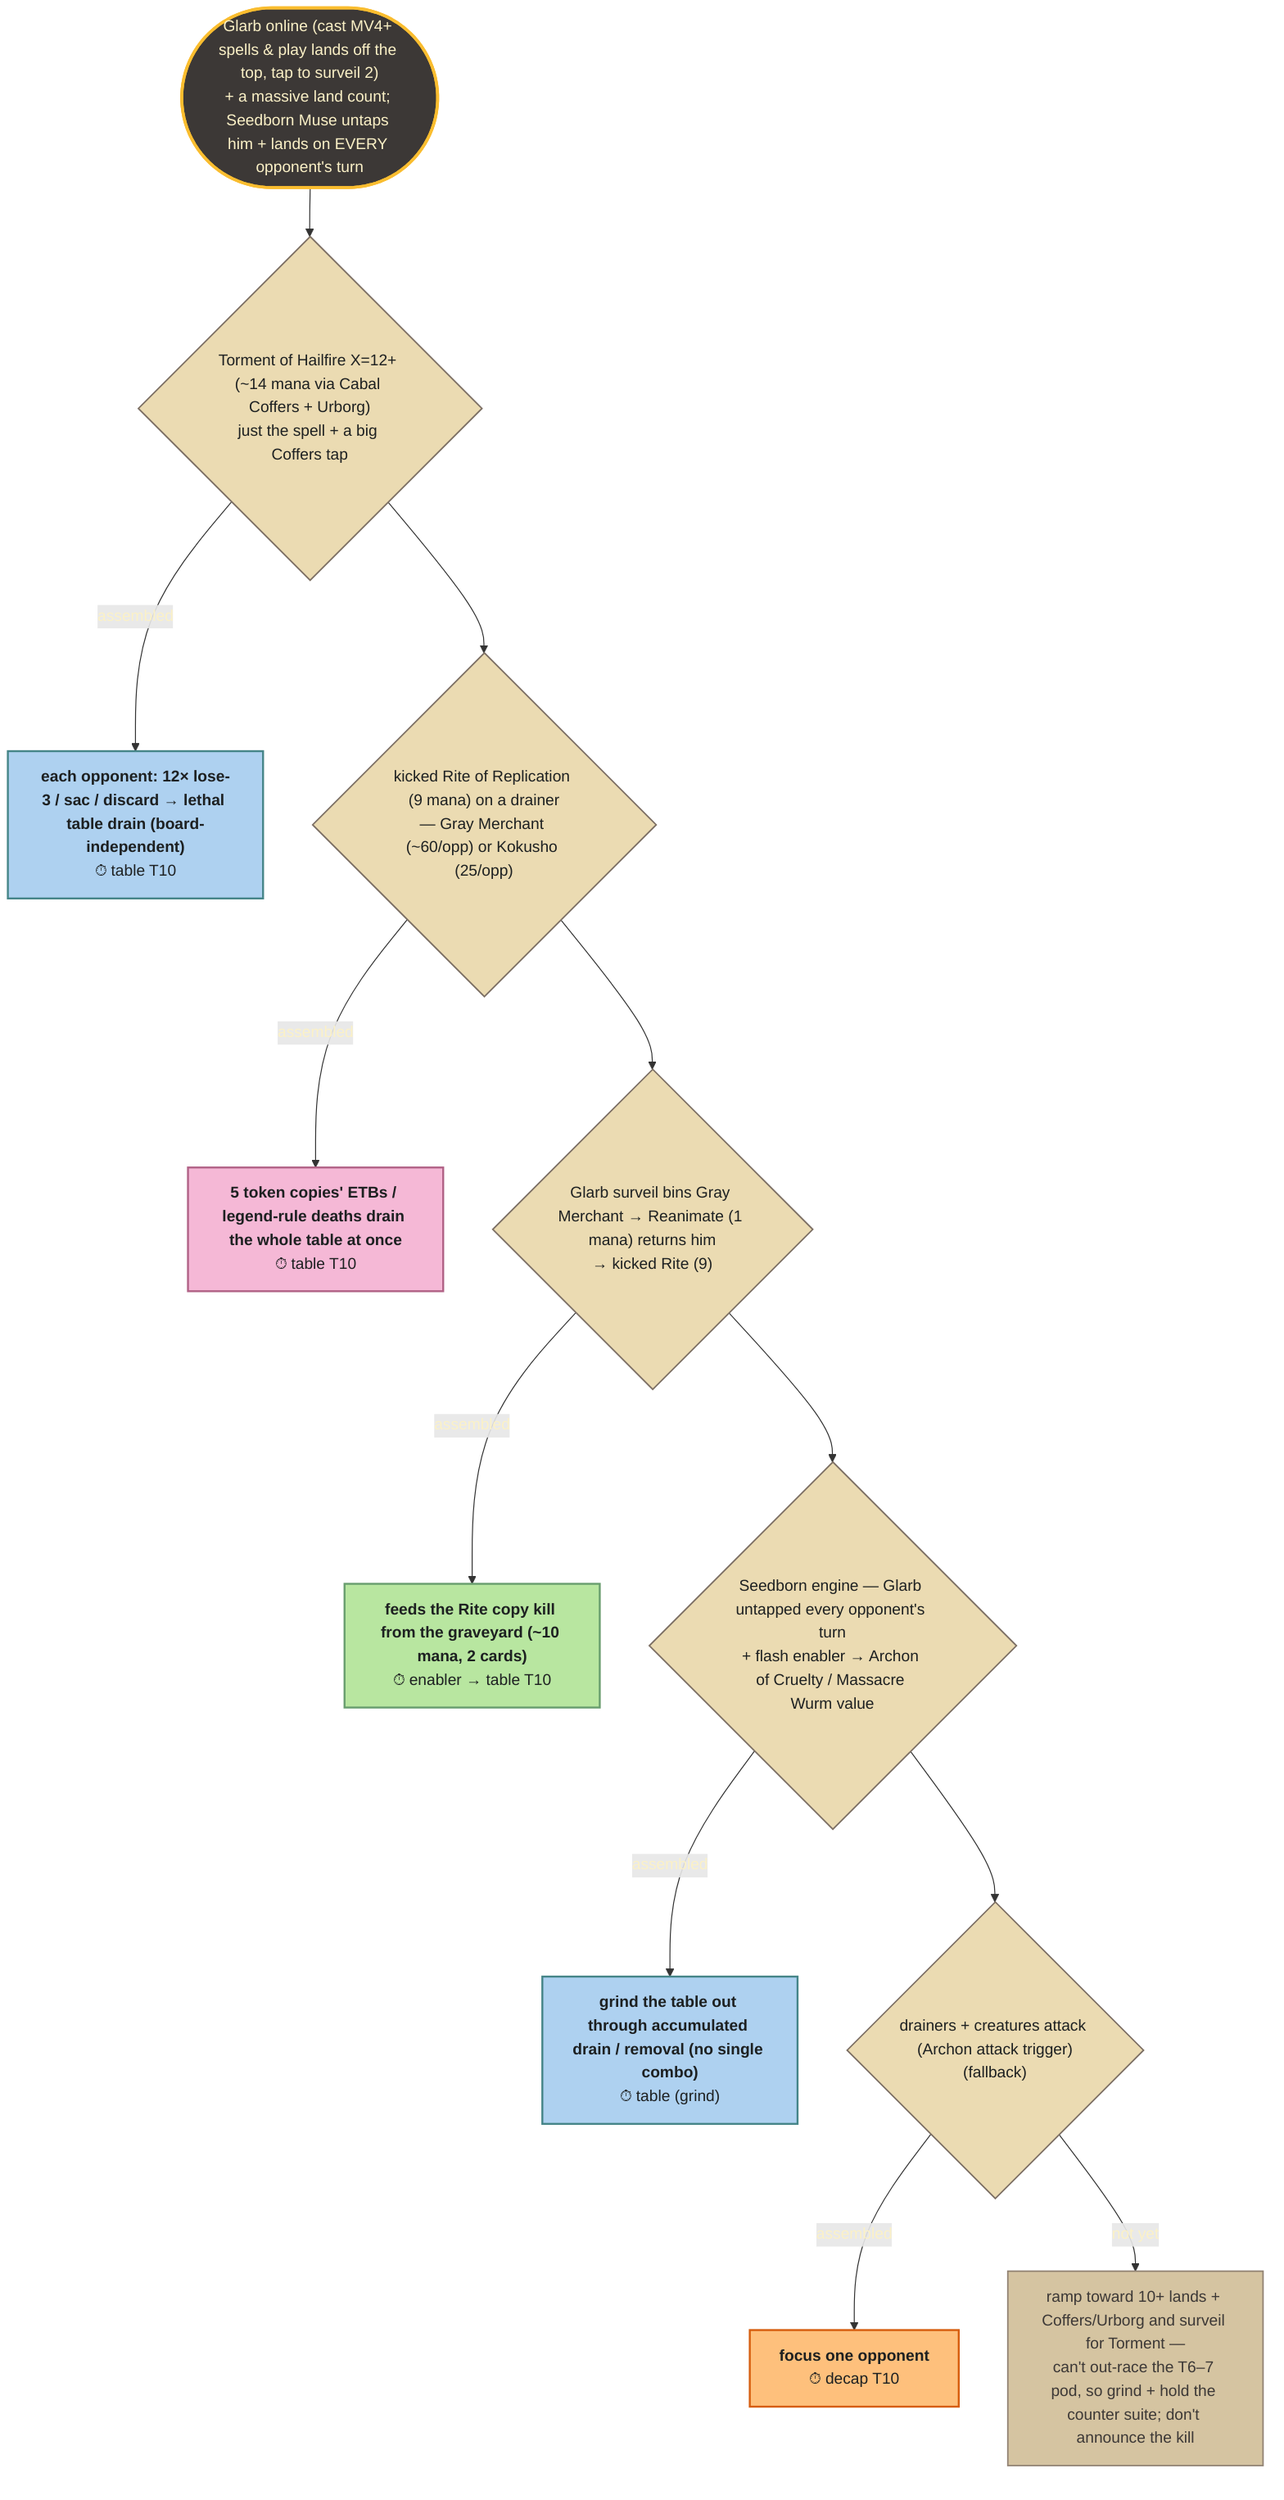
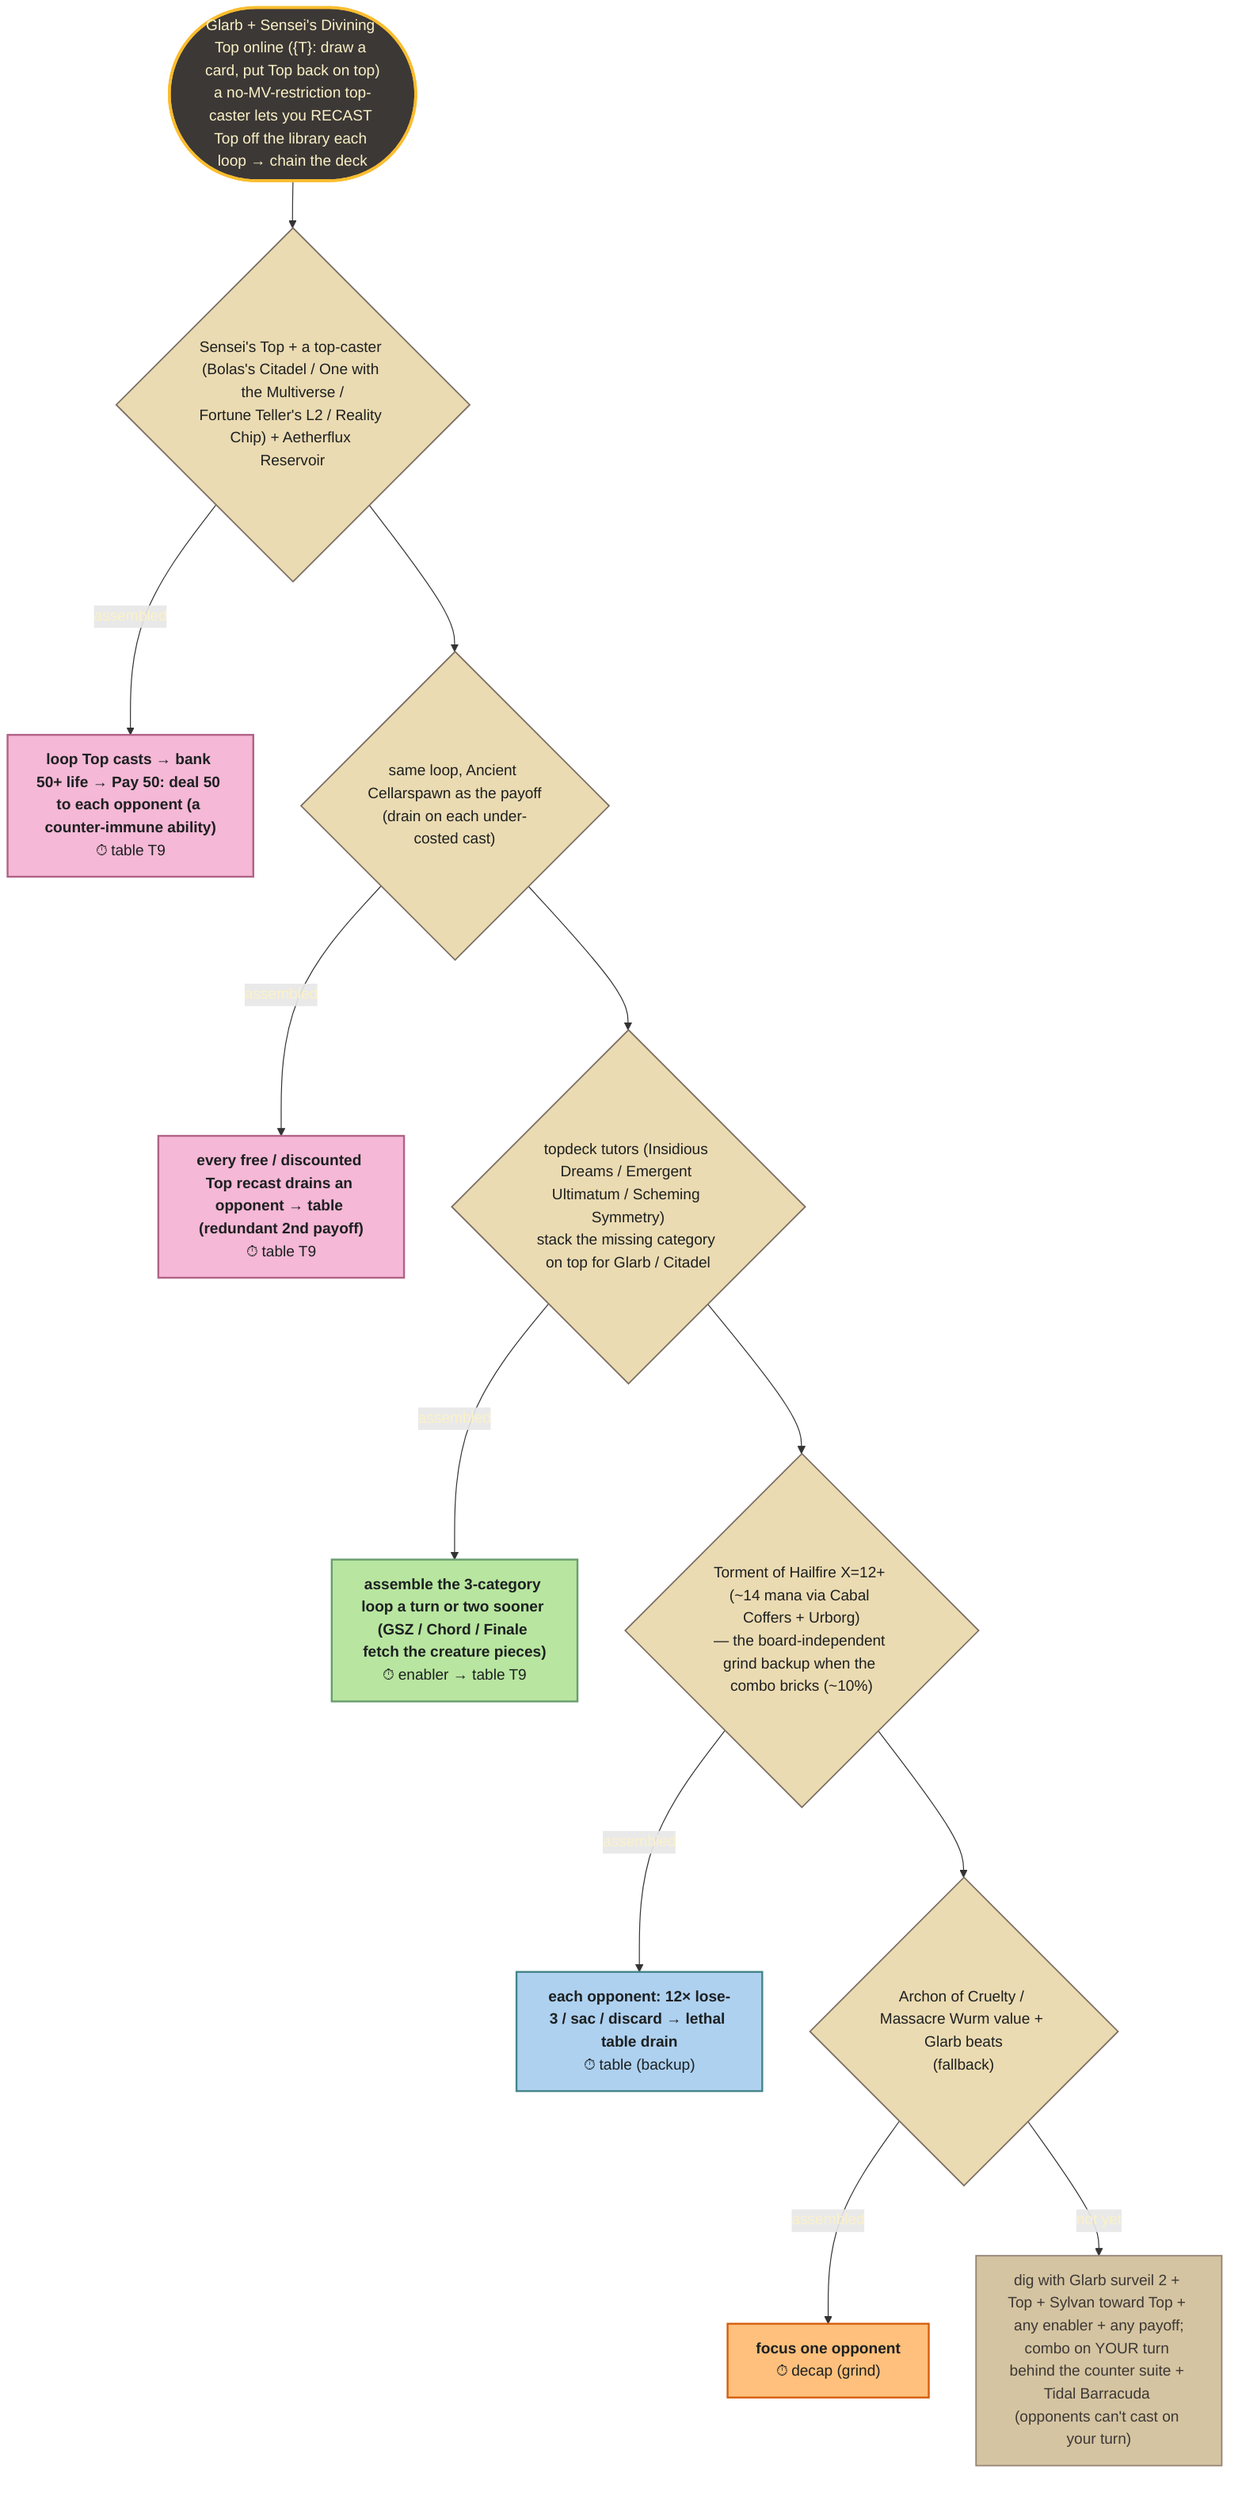
flowchart TD
    classDef root fill:#3c3836,color:#fbf1c7,stroke:#fabd2f,stroke-width:3px;
    classDef ask fill:#ebdbb2,color:#1d2021,stroke:#7c6f64,stroke-width:1.5px;
    classDef combo fill:#f5b8d6,color:#1d2021,stroke:#b16286,stroke-width:2px;
    classDef table fill:#aed1f0,color:#1d2021,stroke:#458588,stroke-width:2px;
    classDef combat fill:#fec07c,color:#1d2021,stroke:#d65d0e,stroke-width:2px;
    classDef enabler fill:#b8e6a0,color:#1d2021,stroke:#689d6e,stroke-width:2px;
    classDef bg fill:#cbe8b8,color:#1d2021,stroke:#689d6e,stroke-width:1.5px,stroke-dasharray:5 4;
    classDef stall fill:#d5c4a1,color:#3c3836,stroke:#928374,stroke-width:1.5px;

-     S(["Glarb online (cast MV4+ spells & play lands off the top, tap to surveil 2)<br/>+ a massive land count; Seedborn Muse untaps him + lands on EVERY opponent's turn"]):::root
-     S --> A1{"Torment of Hailfire X=12+ (~14 mana via Cabal Coffers + Urborg)<br/>just the spell + a big Coffers tap"}:::ask
-     A1 -- assembled --> K1["<b>each opponent: 12× lose-3 / sac / discard → lethal table drain (board-independent)</b><br/>⏱ table T10"]:::table
-     A1 --> A2{"kicked Rite of Replication (9 mana) on a drainer<br/>— Gray Merchant (~60/opp) or Kokusho (25/opp)"}:::ask
-     A2 -- assembled --> K2["<b>5 token copies' ETBs / legend-rule deaths drain the whole table at once</b><br/>⏱ table T10"]:::combo
-     A2 --> A3{"Glarb surveil bins Gray Merchant → Reanimate (1 mana) returns him<br/>→ kicked Rite (9)"}:::ask
-     A3 -- assembled --> K3["<b>feeds the Rite copy kill from the graveyard (~10 mana, 2 cards)</b><br/>⏱ enabler → table T10"]:::enabler
-     A3 --> A4{"Seedborn engine — Glarb untapped every opponent's turn<br/>+ flash enabler → Archon of Cruelty / Massacre Wurm value"}:::ask
-     A4 -- assembled --> K4["<b>grind the table out through accumulated drain / removal (no single combo)</b><br/>⏱ table (grind)"]:::table
-     A4 --> A5{"drainers + creatures attack (Archon attack trigger)<br/>(fallback)"}:::ask
-     A5 -- assembled --> K5["<b>focus one opponent</b><br/>⏱ decap T10"]:::combat
-     A5 -- not yet --> STALL["ramp toward 10+ lands + Coffers/Urborg and surveil for Torment —<br/>can't out-race the T6–7 pod, so grind + hold the counter suite; don't announce the kill"]:::stall
+     S(["Glarb + Sensei's Divining Top online ({T}: draw a card, put Top back on top)<br/>a no-MV-restriction top-caster lets you RECAST Top off the library each loop → chain the deck"]):::root
+     S --> A1{"Sensei's Top + a top-caster (Bolas's Citadel / One with the Multiverse /<br/>Fortune Teller's L2 / Reality Chip) + Aetherflux Reservoir"}:::ask
+     A1 -- assembled --> K1["<b>loop Top casts → bank 50+ life → Pay 50: deal 50 to each opponent (a counter-immune ability)</b><br/>⏱ table T9"]:::combo
+     A1 --> A2{"same loop, Ancient Cellarspawn as the payoff<br/>(drain on each under-costed cast)"}:::ask
+     A2 -- assembled --> K2["<b>every free / discounted Top recast drains an opponent → table (redundant 2nd payoff)</b><br/>⏱ table T9"]:::combo
+     A2 --> A3{"topdeck tutors (Insidious Dreams / Emergent Ultimatum / Scheming Symmetry)<br/>stack the missing category on top for Glarb / Citadel"}:::ask
+     A3 -- assembled --> K3["<b>assemble the 3-category loop a turn or two sooner (GSZ / Chord / Finale fetch the creature pieces)</b><br/>⏱ enabler → table T9"]:::enabler
+     A3 --> A4{"Torment of Hailfire X=12+ (~14 mana via Cabal Coffers + Urborg)<br/>— the board-independent grind backup when the combo bricks (~10%)"}:::ask
+     A4 -- assembled --> K4["<b>each opponent: 12× lose-3 / sac / discard → lethal table drain</b><br/>⏱ table (backup)"]:::table
+     A4 --> A5{"Archon of Cruelty / Massacre Wurm value + Glarb beats<br/>(fallback)"}:::ask
+     A5 -- assembled --> K5["<b>focus one opponent</b><br/>⏱ decap (grind)"]:::combat
+     A5 -- not yet --> STALL["dig with Glarb surveil 2 + Top + Sylvan toward Top + any enabler + any payoff;<br/>combo on YOUR turn behind the counter suite + Tidal Barracuda (opponents can't cast on your turn)"]:::stall
